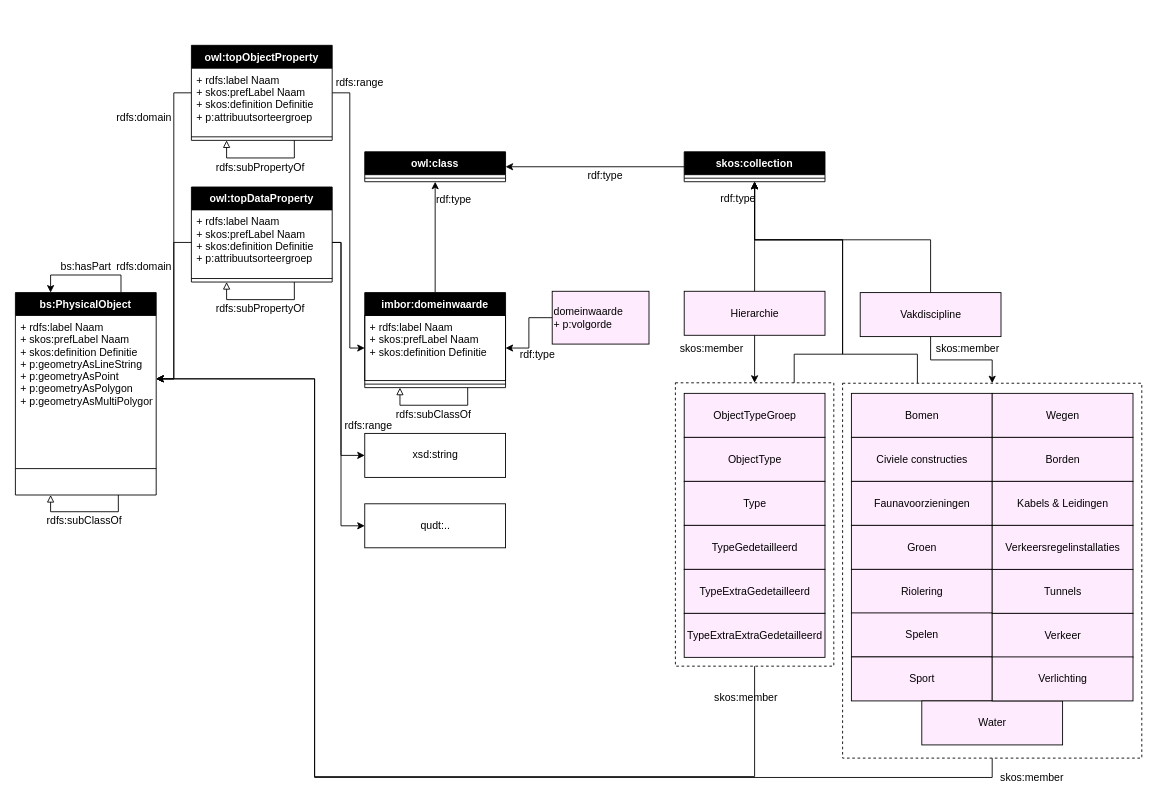
Earlier version of the draw.io diagram supporting files/Datamodel - BIM Pro OTL.drawio (Stichting-CROW/imbor). Source tidied: cells renumbered, new cells numbered last; positions are measured from the earlier drawing's top-left corner, leaving out a move shared by most shapes. Both pictures are drawn from the tidied source at 88%, with x=0, y=0 at pixel (15, 45).
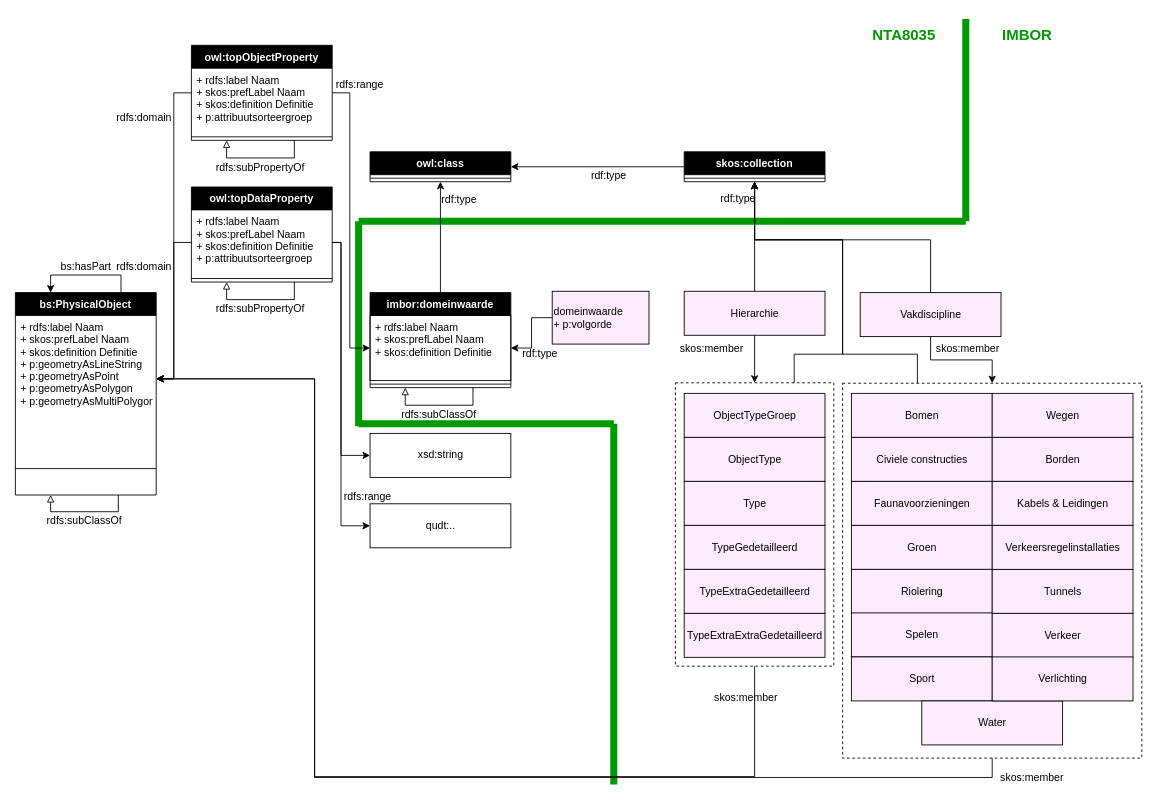
The same page after the edit.

Commit message:
Update datamodel met scheiding

The change refers to these unchanged cells:
```xml
<mxCell id="25" style="edgeStyle=orthogonalEdgeStyle;rounded=0;jettySize=auto;html=1;exitX=1;exitY=0.5;exitDx=0;exitDy=0;entryX=0;entryY=0.5;entryDx=0;entryDy=0;labelBackgroundColor=none;fontColor=#000000;strokeColor=#000000;" parent="1" edge="1" source="39" target="21">
  <mxGeometry relative="1" as="geometry">
    <Array as="points">
      <mxPoint x="370" y="224" />
      <mxPoint x="370" y="466" />
    </Array>
  </mxGeometry>
</mxCell>
```

Diff of the diagram source:
```diff
@@
+    <mxCell id="84" style="endArrow=none;html=1;fillColor=#f8cecc;strokeColor=#009900;strokeWidth=8;" parent="1" edge="1">
+      <mxGeometry relative="1" as="geometry">
+        <mxPoint x="680" y="840" as="sourcePoint" />
+        <mxPoint x="680" y="430" as="targetPoint" />
+      </mxGeometry>
+    </mxCell>
+    <mxCell id="85" style="endArrow=none;html=1;fillColor=#f8cecc;strokeColor=#009900;strokeWidth=8;" parent="1" edge="1">
+      <mxGeometry relative="1" as="geometry">
+        <mxPoint x="390" y="430" as="sourcePoint" />
+        <mxPoint x="680" y="430" as="targetPoint" />
+      </mxGeometry>
+    </mxCell>
+    <mxCell id="86" style="endArrow=none;html=1;fillColor=#f8cecc;strokeColor=#009900;strokeWidth=8;curved=1;" parent="1" edge="1">
+      <mxGeometry relative="1" as="geometry">
+        <mxPoint x="390" y="433" as="sourcePoint" />
+        <mxPoint x="390" y="200" as="targetPoint" />
+      </mxGeometry>
+    </mxCell>
+    <mxCell id="87" style="endArrow=none;html=1;fillColor=#f8cecc;strokeColor=#009900;strokeWidth=8;spacing=0;" parent="1" edge="1">
+      <mxGeometry relative="1" as="geometry">
+        <mxPoint x="1080" y="200" as="sourcePoint" />
+        <mxPoint x="390" y="200" as="targetPoint" />
+      </mxGeometry>
+    </mxCell>
+    <mxCell id="88" style="endArrow=none;html=1;fillColor=#f8cecc;strokeColor=#009900;strokeWidth=8;spacing=0;" parent="1" edge="1">
+      <mxGeometry relative="1" as="geometry">
+        <mxPoint x="1080" y="-30" as="sourcePoint" />
+        <mxPoint x="1080" y="200" as="targetPoint" />
+      </mxGeometry>
+    </mxCell>
@@
     <mxCell id="21" value="&lt;div&gt;xsd:string&lt;/div&gt;" style="html=1;fontColor=#000000;labelBackgroundColor=none;fillColor=none;strokeColor=#000000;" parent="1" vertex="1">
-      <mxGeometry x="397" y="441" width="160" height="50" as="geometry" />
+      <mxGeometry x="403" y="441" width="160" height="50" as="geometry" />
     </mxCell>
     <mxCell id="22" value="qudt:.." style="html=1;fontColor=#000000;labelBackgroundColor=none;fillColor=none;strokeColor=#000000;" parent="1" vertex="1">
-      <mxGeometry x="397" y="521" width="160" height="50" as="geometry" />
+      <mxGeometry x="403" y="521" width="160" height="50" as="geometry" />
     </mxCell>
@@
     <mxCell id="26" value="&lt;div&gt;rdfs:range&lt;/div&gt;" style="text;html=1;align=center;verticalAlign=middle;labelBackgroundColor=none;fontColor=#000000;" parent="25" vertex="1">
       <mxGeometry x="-0.45" y="1" relative="1" as="geometry">
-        <mxPoint x="29" y="140" as="offset" />
+        <mxPoint x="28" y="220" as="offset" />
       </mxGeometry>
     </mxCell>
@@
     <mxCell id="43" value="owl:class" style="swimlane;fontStyle=1;align=center;verticalAlign=top;horizontal=1;startSize=26;fontColor=#FFFFFF;strokeColor=#000000;fillColor=#000000;" parent="1" vertex="1">
-      <mxGeometry x="397" y="121" width="160" height="34" as="geometry" />
+      <mxGeometry x="403" y="121" width="160" height="34" as="geometry" />
     </mxCell>
@@
     <mxCell id="45" value="imbor:domeinwaarde" style="swimlane;fontStyle=1;align=center;verticalAlign=top;horizontal=1;startSize=26;fontColor=#FFFFFF;strokeColor=#000000;fillColor=#000000;" parent="1" vertex="1">
-      <mxGeometry x="397" y="281" width="160" height="108" as="geometry" />
+      <mxGeometry x="403" y="281" width="160" height="108" as="geometry" />
     </mxCell>
@@
+    <mxCell id="89" value="&lt;font style=&quot;font-size: 17px&quot;&gt;&lt;b&gt;&lt;font style=&quot;font-size: 17px&quot; color=&quot;#009900&quot;&gt;NTA8035&lt;/font&gt;&lt;/b&gt;&lt;/font&gt;" style="text;html=1;strokeColor=none;fillColor=none;align=center;verticalAlign=middle;whiteSpace=wrap;rounded=0;" parent="1" vertex="1">
+      <mxGeometry x="990" y="-20" width="40" height="20" as="geometry" />
+    </mxCell>
+    <mxCell id="90" value="IMBOR" style="text;html=1;strokeColor=none;fillColor=none;align=center;verticalAlign=middle;whiteSpace=wrap;rounded=0;labelBackgroundColor=#ffffff;fontColor=#009900;fontSize=17;fontStyle=1;" parent="1" vertex="1">
+      <mxGeometry x="1130" y="-20" width="40" height="20" as="geometry" />
+    </mxCell>
```
